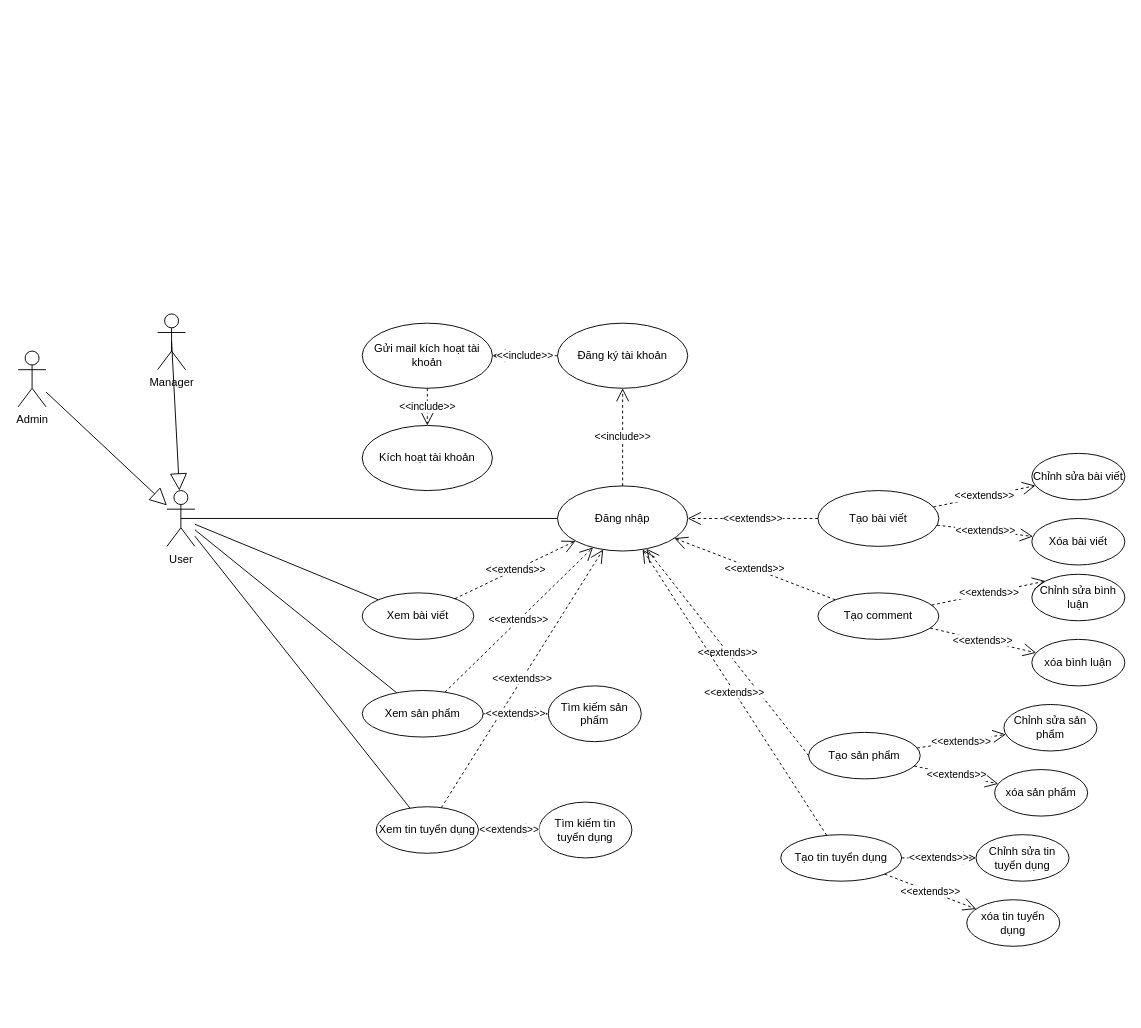
Before: BlogProject/BlogProject/UseCaseBlog.drawio in TranThanhHoang123/Blog, a draw.io diagram. Source tidied: cells renumbered, new cells numbered last; positions are measured from the earlier drawing's top-left corner, leaving out a move shared by most shapes. Both pictures are drawn from the tidied source at 93%, with x=0, y=0 at pixel (18, 313).
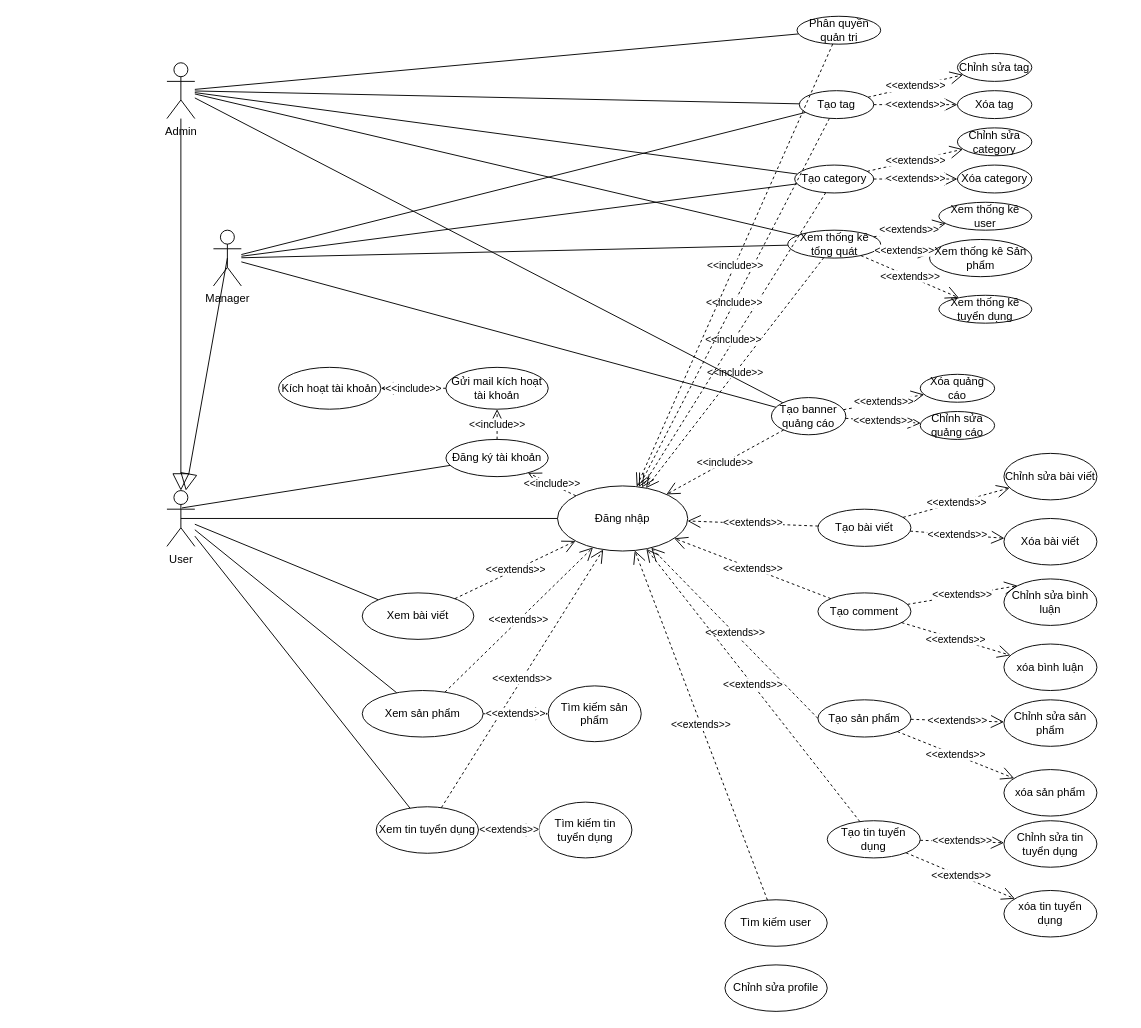
After the change.

The change refers to these unchanged cells:
```xml
<mxCell id="2" value="User" style="shape=umlActor;verticalLabelPosition=bottom;verticalAlign=top;html=1;outlineConnect=0;" parent="1" vertex="1">
  <mxGeometry x="160" y="190" width="30" height="60" as="geometry" />
</mxCell>
<mxCell id="7" value="Đăng nhập" style="ellipse;whiteSpace=wrap;html=1;" parent="1" vertex="1">
  <mxGeometry x="580" y="185" width="140" height="70" as="geometry" />
</mxCell>
```

Diff of the diagram source:
```diff
@@
     <mxCell id="3" value="Admin" style="shape=umlActor;verticalLabelPosition=bottom;verticalAlign=top;html=1;outlineConnect=0;" parent="1" vertex="1">
-      <mxGeometry y="40" width="30" height="60" as="geometry" />
+      <mxGeometry x="160" y="-270" width="30" height="60" as="geometry" />
     </mxCell>
     <mxCell id="4" value="Manager" style="shape=umlActor;verticalLabelPosition=bottom;verticalAlign=top;html=1;outlineConnect=0;" parent="1" vertex="1">
-      <mxGeometry x="150" width="30" height="60" as="geometry" />
+      <mxGeometry x="210" y="-90" width="30" height="60" as="geometry" />
     </mxCell>
@@
     <mxCell id="9" value="Đăng ký tài khoản" style="ellipse;whiteSpace=wrap;html=1;" parent="1" vertex="1">
-      <mxGeometry x="580" y="10" width="140" height="70" as="geometry" />
+      <mxGeometry x="460" y="135" width="110" height="40" as="geometry" />
     </mxCell>
@@
     <mxCell id="11" value="Gửi mail kích hoạt tài khoản" style="ellipse;whiteSpace=wrap;html=1;" parent="1" vertex="1">
-      <mxGeometry x="370" y="10" width="140" height="70" as="geometry" />
+      <mxGeometry x="460" y="57.5" width="110" height="45" as="geometry" />
     </mxCell>
@@
     <mxCell id="13" value="Kích hoạt tài khoản" style="ellipse;whiteSpace=wrap;html=1;" parent="1" vertex="1">
-      <mxGeometry x="370" y="120" width="140" height="70" as="geometry" />
+      <mxGeometry x="280" y="57.5" width="110" height="45" as="geometry" />
     </mxCell>
@@
     <mxCell id="24" value="Tạo comment" style="ellipse;whiteSpace=wrap;html=1;" parent="1" vertex="1">
-      <mxGeometry x="860" y="300" width="130" height="50" as="geometry" />
+      <mxGeometry x="860" y="300" width="100" height="40" as="geometry" />
     </mxCell>
     <mxCell id="25" value="Tạo sản phẩm" style="ellipse;whiteSpace=wrap;html=1;" parent="1" vertex="1">
-      <mxGeometry x="850" y="450" width="120" height="50" as="geometry" />
+      <mxGeometry x="860" y="415" width="100" height="40" as="geometry" />
     </mxCell>
     <mxCell id="26" value="Tạo tin tuyển dụng" style="ellipse;whiteSpace=wrap;html=1;" parent="1" vertex="1">
-      <mxGeometry x="820" y="560" width="130" height="50" as="geometry" />
+      <mxGeometry x="870" y="545" width="100" height="40" as="geometry" />
     </mxCell>
     <mxCell id="27" value="Tạo bài viết" style="ellipse;whiteSpace=wrap;html=1;" parent="1" vertex="1">
-      <mxGeometry x="860" y="190" width="130" height="60" as="geometry" />
+      <mxGeometry x="860" y="210" width="100" height="40" as="geometry" />
     </mxCell>
@@
     <mxCell id="32" value="Chỉnh sửa bài viết" style="ellipse;whiteSpace=wrap;html=1;" parent="1" vertex="1">
-      <mxGeometry x="1090" y="150" width="100" height="50" as="geometry" />
+      <mxGeometry x="1060" y="150" width="100" height="50" as="geometry" />
     </mxCell>
     <mxCell id="33" value="Xóa bài viết" style="ellipse;whiteSpace=wrap;html=1;" parent="1" vertex="1">
-      <mxGeometry x="1090" y="220" width="100" height="50" as="geometry" />
+      <mxGeometry x="1060" y="220" width="100" height="50" as="geometry" />
     </mxCell>
@@
     <mxCell id="36" value="Chỉnh sửa bình luận" style="ellipse;whiteSpace=wrap;html=1;" parent="1" vertex="1">
-      <mxGeometry x="1090" y="280" width="100" height="50" as="geometry" />
+      <mxGeometry x="1060" y="285" width="100" height="50" as="geometry" />
     </mxCell>
     <mxCell id="37" value="xóa bình luận" style="ellipse;whiteSpace=wrap;html=1;" parent="1" vertex="1">
-      <mxGeometry x="1090" y="350" width="100" height="50" as="geometry" />
+      <mxGeometry x="1060" y="355" width="100" height="50" as="geometry" />
     </mxCell>
     <mxCell id="38" value="Chỉnh sửa sản phẩm" style="ellipse;whiteSpace=wrap;html=1;" parent="1" vertex="1">
-      <mxGeometry x="1060" y="420" width="100" height="50" as="geometry" />
+      <mxGeometry x="1060" y="415" width="100" height="50" as="geometry" />
     </mxCell>
     <mxCell id="39" value="xóa sản phẩm" style="ellipse;whiteSpace=wrap;html=1;" parent="1" vertex="1">
-      <mxGeometry x="1050" y="490" width="100" height="50" as="geometry" />
+      <mxGeometry x="1060" y="490" width="100" height="50" as="geometry" />
     </mxCell>
     <mxCell id="40" value="Chỉnh sửa tin tuyển dụng" style="ellipse;whiteSpace=wrap;html=1;" parent="1" vertex="1">
-      <mxGeometry x="1030" y="560" width="100" height="50" as="geometry" />
+      <mxGeometry x="1060" y="545" width="100" height="50" as="geometry" />
     </mxCell>
     <mxCell id="41" value="xóa tin tuyển dụng" style="ellipse;whiteSpace=wrap;html=1;" parent="1" vertex="1">
-      <mxGeometry x="1020" y="630" width="100" height="50" as="geometry" />
+      <mxGeometry x="1060" y="620" width="100" height="50" as="geometry" />
     </mxCell>
@@
+    <mxCell id="52" value="Xem thống kê tổng quát" style="ellipse;whiteSpace=wrap;html=1;" parent="1" vertex="1">
+      <mxGeometry x="827.5" y="-90" width="100" height="30" as="geometry" />
+    </mxCell>
+    <mxCell id="53" value="Tạo banner quảng cáo" style="ellipse;whiteSpace=wrap;html=1;" parent="1" vertex="1">
+      <mxGeometry x="810" y="90" width="80" height="40" as="geometry" />
+    </mxCell>
+    <mxCell id="54" value="&amp;lt;&amp;lt;include&amp;gt;&amp;gt;" style="endArrow=open;endSize=12;dashed=1;html=1;rounded=0;strokeColor=default;align=center;verticalAlign=middle;fontFamily=Helvetica;fontSize=11;fontColor=default;labelBackgroundColor=default;edgeStyle=none;" parent="1" edge="1" source="53" target="7">
+      <mxGeometry relative="1" as="geometry" />
+    </mxCell>
+    <mxCell id="55" value="&amp;lt;&amp;lt;include&amp;gt;&amp;gt;" style="endArrow=open;endSize=12;dashed=1;html=1;rounded=0;strokeColor=default;align=center;verticalAlign=middle;fontFamily=Helvetica;fontSize=11;fontColor=default;labelBackgroundColor=default;edgeStyle=none;" parent="1" edge="1" source="52" target="7">
+      <mxGeometry relative="1" as="geometry" />
+    </mxCell>
+    <mxCell id="56" value="Tạo category" style="ellipse;whiteSpace=wrap;html=1;" parent="1" vertex="1">
+      <mxGeometry x="835" y="-160" width="85" height="30" as="geometry" />
+    </mxCell>
+    <mxCell id="57" value="Tạo tag" style="ellipse;whiteSpace=wrap;html=1;" parent="1" vertex="1">
+      <mxGeometry x="840" y="-240" width="80" height="30" as="geometry" />
+    </mxCell>
+    <mxCell id="58" value="&amp;lt;&amp;lt;include&amp;gt;&amp;gt;" style="endArrow=open;endSize=12;dashed=1;html=1;rounded=0;strokeColor=default;align=center;verticalAlign=middle;fontFamily=Helvetica;fontSize=11;fontColor=default;labelBackgroundColor=default;edgeStyle=none;" parent="1" edge="1" source="56" target="7">
+      <mxGeometry relative="1" as="geometry" />
+    </mxCell>
+    <mxCell id="59" value="&amp;lt;&amp;lt;include&amp;gt;&amp;gt;" style="endArrow=open;endSize=12;dashed=1;html=1;rounded=0;strokeColor=default;align=center;verticalAlign=middle;fontFamily=Helvetica;fontSize=11;fontColor=default;labelBackgroundColor=default;edgeStyle=none;" parent="1" edge="1" source="57" target="7">
+      <mxGeometry relative="1" as="geometry" />
+    </mxCell>
+    <mxCell id="60" style="endArrow=none;html=1;rounded=0;strokeColor=default;align=center;verticalAlign=middle;fontFamily=Helvetica;fontSize=11;fontColor=default;labelBackgroundColor=default;edgeStyle=none;" parent="1" edge="1" source="4" target="53">
+      <mxGeometry relative="1" as="geometry" />
+    </mxCell>
+    <mxCell id="61" style="endArrow=none;html=1;rounded=0;strokeColor=default;align=center;verticalAlign=middle;fontFamily=Helvetica;fontSize=11;fontColor=default;labelBackgroundColor=default;edgeStyle=none;" parent="1" edge="1" source="4" target="52">
+      <mxGeometry relative="1" as="geometry" />
+    </mxCell>
+    <mxCell id="62" style="endArrow=none;html=1;rounded=0;strokeColor=default;align=center;verticalAlign=middle;fontFamily=Helvetica;fontSize=11;fontColor=default;labelBackgroundColor=default;edgeStyle=none;" parent="1" edge="1" source="4" target="56">
+      <mxGeometry relative="1" as="geometry" />
+    </mxCell>
+    <mxCell id="63" style="endArrow=none;html=1;rounded=0;strokeColor=default;align=center;verticalAlign=middle;fontFamily=Helvetica;fontSize=11;fontColor=default;labelBackgroundColor=default;edgeStyle=none;" parent="1" edge="1" source="4" target="57">
+      <mxGeometry relative="1" as="geometry" />
+    </mxCell>
+    <mxCell id="64" style="endArrow=none;html=1;rounded=0;strokeColor=default;align=center;verticalAlign=middle;fontFamily=Helvetica;fontSize=11;fontColor=default;labelBackgroundColor=default;edgeStyle=none;" parent="1" edge="1" source="3" target="57">
+      <mxGeometry relative="1" as="geometry" />
+    </mxCell>
+    <mxCell id="65" style="endArrow=none;html=1;rounded=0;strokeColor=default;align=center;verticalAlign=middle;fontFamily=Helvetica;fontSize=11;fontColor=default;labelBackgroundColor=default;edgeStyle=none;" parent="1" edge="1" source="3" target="56">
+      <mxGeometry relative="1" as="geometry" />
+    </mxCell>
+    <mxCell id="66" style="endArrow=none;html=1;rounded=0;strokeColor=default;align=center;verticalAlign=middle;fontFamily=Helvetica;fontSize=11;fontColor=default;labelBackgroundColor=default;edgeStyle=none;" parent="1" edge="1" source="3" target="52">
+      <mxGeometry relative="1" as="geometry" />
+    </mxCell>
+    <mxCell id="67" style="endArrow=none;html=1;rounded=0;strokeColor=default;align=center;verticalAlign=middle;fontFamily=Helvetica;fontSize=11;fontColor=default;labelBackgroundColor=default;edgeStyle=none;" parent="1" edge="1" source="3" target="53">
+      <mxGeometry relative="1" as="geometry" />
+    </mxCell>
+    <mxCell id="68" value="Chỉnh sửa tag" style="ellipse;whiteSpace=wrap;html=1;" parent="1" vertex="1">
+      <mxGeometry x="1010" y="-280" width="80" height="30" as="geometry" />
+    </mxCell>
+    <mxCell id="69" value="Chỉnh sửa category" style="ellipse;whiteSpace=wrap;html=1;" parent="1" vertex="1">
+      <mxGeometry x="1010" y="-200" width="80" height="30" as="geometry" />
+    </mxCell>
+    <mxCell id="70" value="Xóa category" style="ellipse;whiteSpace=wrap;html=1;" parent="1" vertex="1">
+      <mxGeometry x="1010" y="-160" width="80" height="30" as="geometry" />
+    </mxCell>
+    <mxCell id="71" value="Xóa tag" style="ellipse;whiteSpace=wrap;html=1;" parent="1" vertex="1">
+      <mxGeometry x="1010" y="-240" width="80" height="30" as="geometry" />
+    </mxCell>
+    <mxCell id="72" value="Xóa quảng cáo" style="ellipse;whiteSpace=wrap;html=1;" parent="1" vertex="1">
+      <mxGeometry x="970" y="65" width="80" height="30" as="geometry" />
+    </mxCell>
+    <mxCell id="73" value="Chỉnh sửa quảng cáo" style="ellipse;whiteSpace=wrap;html=1;" parent="1" vertex="1">
+      <mxGeometry x="970" y="105" width="80" height="30" as="geometry" />
+    </mxCell>
+    <mxCell id="74" value="&amp;lt;&amp;lt;extends&amp;gt;&amp;gt;" style="endArrow=open;endSize=12;dashed=1;html=1;rounded=0;strokeColor=default;align=center;verticalAlign=middle;fontFamily=Helvetica;fontSize=11;fontColor=default;labelBackgroundColor=default;edgeStyle=none;" parent="1" edge="1" source="57" target="68">
+      <mxGeometry relative="1" as="geometry" />
+    </mxCell>
+    <mxCell id="75" value="&amp;lt;&amp;lt;extends&amp;gt;&amp;gt;" style="endArrow=open;endSize=12;dashed=1;html=1;rounded=0;strokeColor=default;align=center;verticalAlign=middle;fontFamily=Helvetica;fontSize=11;fontColor=default;labelBackgroundColor=default;edgeStyle=none;" parent="1" edge="1" source="57" target="71">
+      <mxGeometry relative="1" as="geometry" />
+    </mxCell>
+    <mxCell id="76" value="&amp;lt;&amp;lt;extends&amp;gt;&amp;gt;" style="endArrow=open;endSize=12;dashed=1;html=1;rounded=0;strokeColor=default;align=center;verticalAlign=middle;fontFamily=Helvetica;fontSize=11;fontColor=default;labelBackgroundColor=default;edgeStyle=none;" parent="1" edge="1" source="56" target="69">
+      <mxGeometry relative="1" as="geometry" />
+    </mxCell>
+    <mxCell id="77" value="&amp;lt;&amp;lt;extends&amp;gt;&amp;gt;" style="endArrow=open;endSize=12;dashed=1;html=1;rounded=0;strokeColor=default;align=center;verticalAlign=middle;fontFamily=Helvetica;fontSize=11;fontColor=default;labelBackgroundColor=default;edgeStyle=none;" parent="1" edge="1" source="56" target="70">
+      <mxGeometry relative="1" as="geometry" />
+    </mxCell>
+    <mxCell id="78" value="&amp;lt;&amp;lt;extends&amp;gt;&amp;gt;" style="endArrow=open;endSize=12;dashed=1;html=1;rounded=0;strokeColor=default;align=center;verticalAlign=middle;fontFamily=Helvetica;fontSize=11;fontColor=default;labelBackgroundColor=default;edgeStyle=none;" parent="1" edge="1" source="53" target="72">
+      <mxGeometry relative="1" as="geometry" />
+    </mxCell>
+    <mxCell id="79" value="&amp;lt;&amp;lt;extends&amp;gt;&amp;gt;" style="endArrow=open;endSize=12;dashed=1;html=1;rounded=0;strokeColor=default;align=center;verticalAlign=middle;fontFamily=Helvetica;fontSize=11;fontColor=default;labelBackgroundColor=default;edgeStyle=none;" parent="1" edge="1" source="53" target="73">
+      <mxGeometry relative="1" as="geometry" />
+    </mxCell>
+    <mxCell id="80" value="Xem thống kê user" style="ellipse;whiteSpace=wrap;html=1;" parent="1" vertex="1">
+      <mxGeometry x="990" y="-120" width="100" height="30" as="geometry" />
+    </mxCell>
+    <mxCell id="81" value="Xem thống kê Sản phẩm" style="ellipse;whiteSpace=wrap;html=1;" parent="1" vertex="1">
+      <mxGeometry x="980" y="-80" width="110" height="40" as="geometry" />
+    </mxCell>
+    <mxCell id="82" value="Xem thống kê tuyển dụng" style="ellipse;whiteSpace=wrap;html=1;" parent="1" vertex="1">
+      <mxGeometry x="990" y="-20" width="100" height="30" as="geometry" />
+    </mxCell>
+    <mxCell id="83" value="&amp;lt;&amp;lt;extends&amp;gt;&amp;gt;" style="endArrow=open;endSize=12;dashed=1;html=1;rounded=0;strokeColor=default;align=center;verticalAlign=middle;fontFamily=Helvetica;fontSize=11;fontColor=default;labelBackgroundColor=default;edgeStyle=none;" parent="1" edge="1" source="52" target="80">
+      <mxGeometry relative="1" as="geometry" />
+    </mxCell>
+    <mxCell id="84" value="&amp;lt;&amp;lt;extends&amp;gt;&amp;gt;" style="endArrow=open;endSize=12;dashed=1;html=1;rounded=0;strokeColor=default;align=center;verticalAlign=middle;fontFamily=Helvetica;fontSize=11;fontColor=default;labelBackgroundColor=default;edgeStyle=none;" parent="1" edge="1" source="52" target="81">
+      <mxGeometry relative="1" as="geometry" />
+    </mxCell>
+    <mxCell id="85" value="&amp;lt;&amp;lt;extends&amp;gt;&amp;gt;" style="endArrow=open;endSize=12;dashed=1;html=1;rounded=0;strokeColor=default;align=center;verticalAlign=middle;fontFamily=Helvetica;fontSize=11;fontColor=default;labelBackgroundColor=default;edgeStyle=none;" parent="1" edge="1" source="52" target="82">
+      <mxGeometry relative="1" as="geometry" />
+    </mxCell>
+    <mxCell id="86" value="Phân quyền quản trị" style="ellipse;whiteSpace=wrap;html=1;" parent="1" vertex="1">
+      <mxGeometry x="837.5" y="-320" width="90" height="30" as="geometry" />
+    </mxCell>
+    <mxCell id="87" style="endArrow=none;html=1;rounded=0;strokeColor=default;align=center;verticalAlign=middle;fontFamily=Helvetica;fontSize=11;fontColor=default;labelBackgroundColor=default;edgeStyle=none;" parent="1" edge="1" source="3" target="86">
+      <mxGeometry relative="1" as="geometry" />
+    </mxCell>
+    <mxCell id="88" value="&amp;lt;&amp;lt;include&amp;gt;&amp;gt;" style="endArrow=open;endSize=12;dashed=1;html=1;rounded=0;strokeColor=default;align=center;verticalAlign=middle;fontFamily=Helvetica;fontSize=11;fontColor=default;labelBackgroundColor=default;edgeStyle=none;" parent="1" edge="1" source="86" target="7">
+      <mxGeometry relative="1" as="geometry" />
+    </mxCell>
+    <mxCell id="89" value="Tìm kiếm user" style="ellipse;whiteSpace=wrap;html=1;" parent="1" vertex="1">
+      <mxGeometry x="760" y="630" width="110" height="50" as="geometry" />
+    </mxCell>
+    <mxCell id="90" value="&amp;lt;&amp;lt;extends&amp;gt;&amp;gt;" style="endArrow=open;endSize=12;dashed=1;html=1;rounded=0;strokeColor=default;align=center;verticalAlign=middle;fontFamily=Helvetica;fontSize=11;fontColor=default;labelBackgroundColor=default;edgeStyle=none;" parent="1" edge="1" source="89" target="7">
+      <mxGeometry relative="1" as="geometry" />
+    </mxCell>
+    <mxCell id="91" value="Chỉnh sửa profile" style="ellipse;whiteSpace=wrap;html=1;" parent="1" vertex="1">
+      <mxGeometry x="760" y="700" width="110" height="50" as="geometry" />
+    </mxCell>
+    <mxCell id="92" style="endArrow=none;html=1;rounded=0;strokeColor=default;align=center;verticalAlign=middle;fontFamily=Helvetica;fontSize=11;fontColor=default;labelBackgroundColor=default;edgeStyle=none;exitX=0.539;exitY=0.311;exitDx=0;exitDy=0;exitPerimeter=0;" parent="1" edge="1" source="2" target="9">
+      <mxGeometry relative="1" as="geometry" />
+    </mxCell>
```
